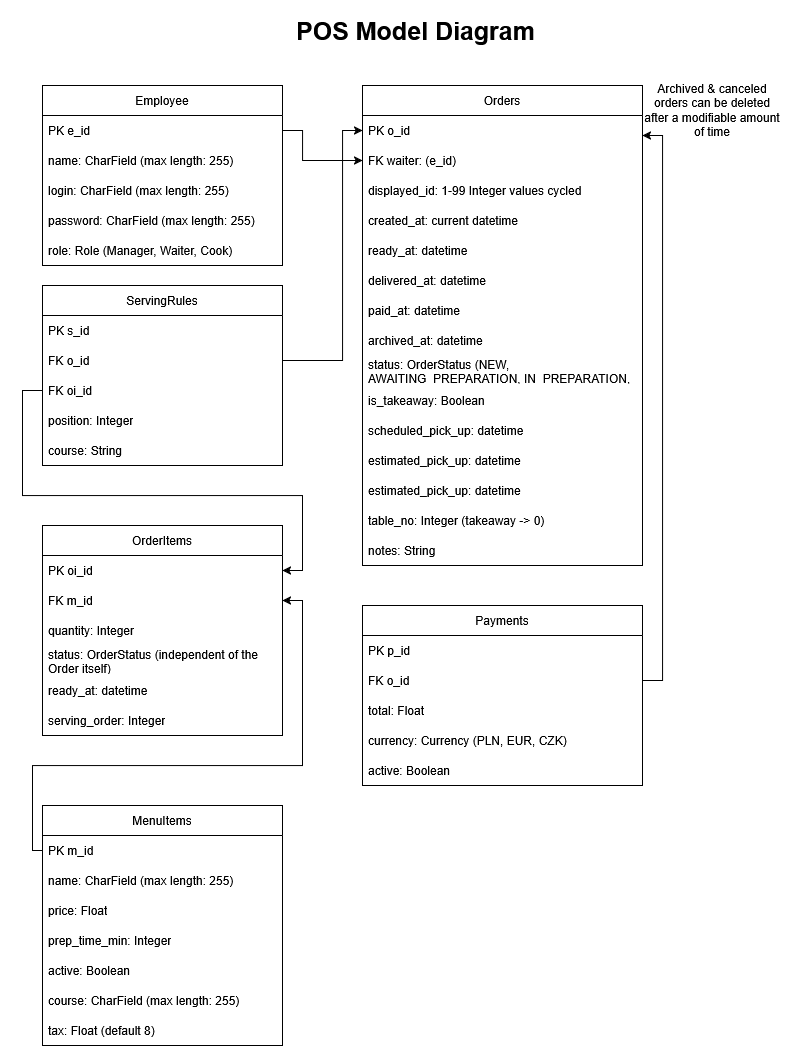
The draw.io diagram Diagrams/POS_django_models.png in DemiFiend01/Point-Of-Sale-SE-project, before a commit. Source tidied: cells renumbered, new cells last; positions are measured from the earlier drawing's top-left corner, leaving out a move shared by most shapes.
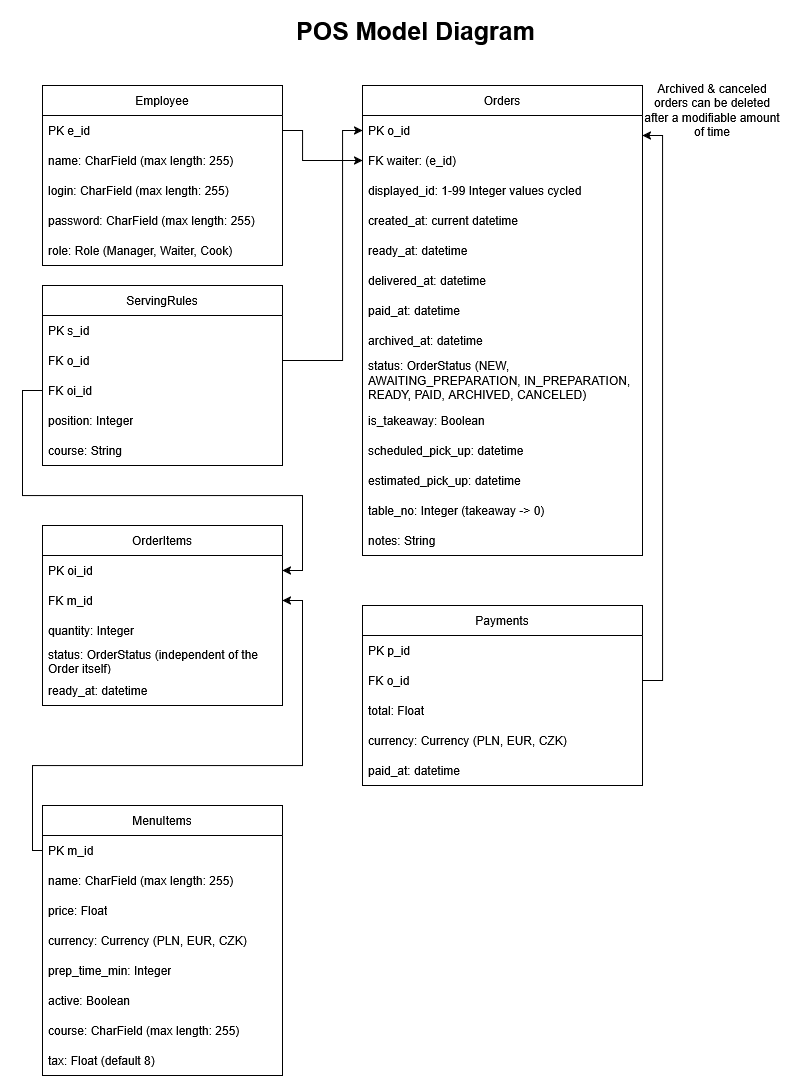
After the commit.

The edit, as a diff of the source:
```diff
@@ -21,7 +21,7 @@
       <mxGeometry y="150" width="240" height="30" as="geometry" />
     </mxCell>
     <mxCell id="8" value="Orders" style="swimlane;fontStyle=0;horizontal=1;startSize=30;whiteSpace=wrap;html=1;swimlaneLine=1;labelBorderColor=none;" parent="1" vertex="1">
-      <mxGeometry x="340" y="70" width="280" height="480" as="geometry" />
+      <mxGeometry x="340" y="70" width="280" height="470" as="geometry" />
     </mxCell>
     <mxCell id="9" value="PK o_id&amp;nbsp;" style="text;strokeColor=none;fillColor=none;align=left;verticalAlign=middle;spacingLeft=4;spacingRight=4;overflow=hidden;points=[[0,0.5],[1,0.5]];portConstraint=eastwest;whiteSpace=wrap;html=1;" parent="8" vertex="1">
       <mxGeometry y="30" width="280" height="30" as="geometry" />
@@ -48,31 +48,28 @@
       <mxGeometry y="240" width="280" height="30" as="geometry" />
     </mxCell>
     <mxCell id="17" value="status: OrderStatus (NEW, AWAITING_PREPARATION, IN_PREPARATION, READY, PAID, ARCHIVED, CANCELED)" style="text;strokeColor=none;fillColor=none;align=left;verticalAlign=middle;spacingLeft=4;spacingRight=4;overflow=hidden;whiteSpace=wrap;html=1;" parent="8" vertex="1">
-      <mxGeometry y="270" width="280" height="30" as="geometry" />
+      <mxGeometry y="270" width="280" height="50" as="geometry" />
     </mxCell>
     <mxCell id="18" value="is_takeaway: Boolean" style="text;strokeColor=none;fillColor=none;align=left;verticalAlign=middle;spacingLeft=4;spacingRight=4;overflow=hidden;whiteSpace=wrap;html=1;" parent="8" vertex="1">
-      <mxGeometry y="300" width="280" height="30" as="geometry" />
+      <mxGeometry y="320" width="280" height="30" as="geometry" />
     </mxCell>
     <mxCell id="19" value="&lt;div&gt;scheduled_pick_up: datetime&lt;/div&gt;" style="text;strokeColor=none;fillColor=none;align=left;verticalAlign=middle;spacingLeft=4;spacingRight=4;overflow=hidden;whiteSpace=wrap;html=1;" parent="8" vertex="1">
-      <mxGeometry y="330" width="280" height="30" as="geometry" />
+      <mxGeometry y="350" width="280" height="30" as="geometry" />
     </mxCell>
-    <mxCell id="20" value="&lt;div&gt;estimated_pick_up: datetime&lt;/div&gt;" style="text;strokeColor=none;fillColor=none;align=left;verticalAlign=middle;spacingLeft=4;spacingRight=4;overflow=hidden;whiteSpace=wrap;html=1;" parent="8" vertex="1">
-      <mxGeometry y="360" width="280" height="30" as="geometry" />
-    </mxCell>
     <mxCell id="21" value="&lt;div&gt;estimated_pick_up: datetime&lt;/div&gt;" style="text;strokeColor=none;fillColor=none;align=left;verticalAlign=middle;spacingLeft=4;spacingRight=4;overflow=hidden;whiteSpace=wrap;html=1;" parent="8" vertex="1">
-      <mxGeometry y="390" width="280" height="30" as="geometry" />
+      <mxGeometry y="380" width="280" height="30" as="geometry" />
     </mxCell>
     <mxCell id="22" value="table_no: Integer (takeaway -&amp;gt; 0)" style="text;strokeColor=none;fillColor=none;align=left;verticalAlign=middle;spacingLeft=4;spacingRight=4;overflow=hidden;whiteSpace=wrap;html=1;" parent="8" vertex="1">
-      <mxGeometry y="420" width="280" height="30" as="geometry" />
+      <mxGeometry y="410" width="280" height="30" as="geometry" />
     </mxCell>
     <mxCell id="23" value="notes: String" style="text;strokeColor=none;fillColor=none;align=left;verticalAlign=middle;spacingLeft=4;spacingRight=4;overflow=hidden;whiteSpace=wrap;html=1;" parent="8" vertex="1">
-      <mxGeometry y="450" width="280" height="30" as="geometry" />
+      <mxGeometry y="440" width="280" height="30" as="geometry" />
     </mxCell>
     <mxCell id="24" value="Archived &amp;amp; canceled orders can be deleted after a modifiable amount of time" style="text;html=1;whiteSpace=wrap;strokeColor=none;fillColor=none;align=center;verticalAlign=middle;rounded=0;" parent="1" vertex="1">
       <mxGeometry x="620" y="70" width="140" height="50" as="geometry" />
     </mxCell>
     <mxCell id="25" value="OrderItems" style="swimlane;fontStyle=0;horizontal=1;startSize=30;whiteSpace=wrap;html=1;swimlaneLine=1;labelBorderColor=none;" parent="1" vertex="1">
-      <mxGeometry x="20" y="510" width="240" height="210" as="geometry" />
+      <mxGeometry x="20" y="510" width="240" height="180" as="geometry" />
     </mxCell>
     <mxCell id="26" value="PK oi_id&amp;nbsp;" style="text;strokeColor=none;fillColor=none;align=left;verticalAlign=middle;spacingLeft=4;spacingRight=4;overflow=hidden;points=[[0,0.5],[1,0.5]];portConstraint=eastwest;whiteSpace=wrap;html=1;" parent="25" vertex="1">
       <mxGeometry y="30" width="240" height="30" as="geometry" />
@@ -89,9 +86,6 @@
     <mxCell id="30" value="ready_at: datetime" style="text;strokeColor=none;fillColor=none;align=left;verticalAlign=middle;spacingLeft=4;spacingRight=4;overflow=hidden;whiteSpace=wrap;html=1;" parent="25" vertex="1">
       <mxGeometry y="150" width="240" height="30" as="geometry" />
     </mxCell>
-    <mxCell id="31" value="serving_order: Integer" style="text;strokeColor=none;fillColor=none;align=left;verticalAlign=middle;spacingLeft=4;spacingRight=4;overflow=hidden;whiteSpace=wrap;html=1;" parent="25" vertex="1">
-      <mxGeometry y="180" width="240" height="30" as="geometry" />
-    </mxCell>
     <mxCell id="32" style="edgeStyle=orthogonalEdgeStyle;rounded=0;jettySize=auto;html=1;entryX=0;entryY=0.5;entryDx=0;entryDy=0;" parent="1" edge="1" source="3" target="10">
       <mxGeometry relative="1" as="geometry">
         <Array as="points">
@@ -101,7 +95,7 @@
       </mxGeometry>
     </mxCell>
     <mxCell id="33" value="MenuItems" style="swimlane;fontStyle=0;horizontal=1;startSize=30;whiteSpace=wrap;html=1;swimlaneLine=1;labelBorderColor=none;" parent="1" vertex="1">
-      <mxGeometry x="20" y="790" width="240" height="240" as="geometry" />
+      <mxGeometry x="20" y="790" width="240" height="270" as="geometry" />
     </mxCell>
     <mxCell id="34" value="PK m_id&amp;nbsp;" style="text;strokeColor=none;fillColor=none;align=left;verticalAlign=middle;spacingLeft=4;spacingRight=4;overflow=hidden;points=[[0,0.5],[1,0.5]];portConstraint=eastwest;whiteSpace=wrap;html=1;" parent="33" vertex="1">
       <mxGeometry y="30" width="240" height="30" as="geometry" />
@@ -112,17 +106,20 @@
     <mxCell id="36" value="price: Float" style="text;strokeColor=none;fillColor=none;align=left;verticalAlign=middle;spacingLeft=4;spacingRight=4;overflow=hidden;whiteSpace=wrap;html=1;" parent="33" vertex="1">
       <mxGeometry y="90" width="240" height="30" as="geometry" />
     </mxCell>
+    <mxCell id="58" value="currency: Currency (PLN, EUR, CZK)" style="text;strokeColor=none;fillColor=none;align=left;verticalAlign=middle;spacingLeft=4;spacingRight=4;overflow=hidden;whiteSpace=wrap;html=1;" parent="33" vertex="1">
+      <mxGeometry y="120" width="240" height="30" as="geometry" />
+    </mxCell>
     <mxCell id="37" value="prep_time_min: Integer" style="text;strokeColor=none;fillColor=none;align=left;verticalAlign=middle;spacingLeft=4;spacingRight=4;overflow=hidden;whiteSpace=wrap;html=1;" parent="33" vertex="1">
-      <mxGeometry y="120" width="240" height="30" as="geometry" />
+      <mxGeometry y="150" width="240" height="30" as="geometry" />
     </mxCell>
     <mxCell id="38" value="active: Boolean" style="text;strokeColor=none;fillColor=none;align=left;verticalAlign=middle;spacingLeft=4;spacingRight=4;overflow=hidden;whiteSpace=wrap;html=1;" parent="33" vertex="1">
-      <mxGeometry y="150" width="240" height="30" as="geometry" />
+      <mxGeometry y="180" width="240" height="30" as="geometry" />
     </mxCell>
     <mxCell id="39" value="course: CharField (max length: 255)" style="text;strokeColor=none;fillColor=none;align=left;verticalAlign=middle;spacingLeft=4;spacingRight=4;overflow=hidden;whiteSpace=wrap;html=1;" parent="33" vertex="1">
-      <mxGeometry y="180" width="240" height="30" as="geometry" />
+      <mxGeometry y="210" width="240" height="30" as="geometry" />
     </mxCell>
     <mxCell id="40" value="tax: Float (default 8)" style="text;strokeColor=none;fillColor=none;align=left;verticalAlign=middle;spacingLeft=4;spacingRight=4;overflow=hidden;whiteSpace=wrap;html=1;" parent="33" vertex="1">
-      <mxGeometry y="210" width="240" height="30" as="geometry" />
+      <mxGeometry y="240" width="240" height="30" as="geometry" />
     </mxCell>
     <mxCell id="41" value="Payments" style="swimlane;fontStyle=0;horizontal=1;startSize=30;whiteSpace=wrap;html=1;swimlaneLine=1;labelBorderColor=none;" parent="1" vertex="1">
       <mxGeometry x="340" y="590" width="280" height="180" as="geometry" />
@@ -139,7 +136,7 @@
     <mxCell id="45" value="currency: Currency (PLN, EUR, CZK)" style="text;strokeColor=none;fillColor=none;align=left;verticalAlign=middle;spacingLeft=4;spacingRight=4;overflow=hidden;whiteSpace=wrap;html=1;" parent="41" vertex="1">
       <mxGeometry y="120" width="280" height="30" as="geometry" />
     </mxCell>
-    <mxCell id="46" value="active: Boolean" style="text;strokeColor=none;fillColor=none;align=left;verticalAlign=middle;spacingLeft=4;spacingRight=4;overflow=hidden;whiteSpace=wrap;html=1;" parent="41" vertex="1">
+    <mxCell id="46" value="&lt;div&gt;paid_at: datetime&lt;/div&gt;" style="text;strokeColor=none;fillColor=none;align=left;verticalAlign=middle;spacingLeft=4;spacingRight=4;overflow=hidden;whiteSpace=wrap;html=1;" parent="41" vertex="1">
       <mxGeometry y="150" width="280" height="30" as="geometry" />
     </mxCell>
     <mxCell id="47" value="ServingRules" style="swimlane;fontStyle=0;horizontal=1;startSize=30;whiteSpace=wrap;html=1;swimlaneLine=1;labelBorderColor=none;" parent="1" vertex="1">
```
